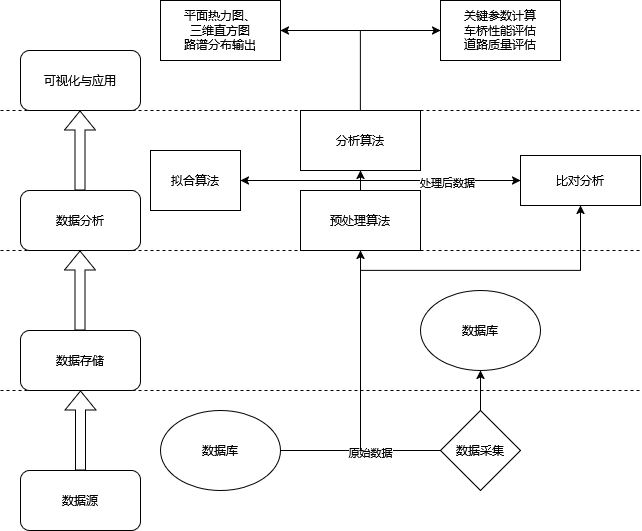
The draw.io diagram 未命名绘图.drawio.png in ProEngHeBD/DataAna-HTML, before a commit. Source tidied: cells renumbered, new cells last; positions are measured from the earlier drawing's top-left corner, leaving out a move shared by most shapes.
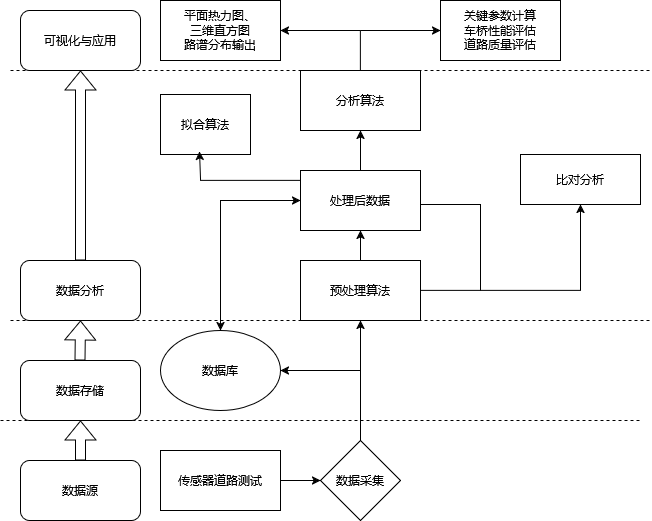
The same diagram one commit later.

Commit message:
更新未命名绘图.drawio.png

Change to the diagram source:
```diff
@@ -3,16 +3,10 @@
     <mxCell id="0" />
     <mxCell id="1" parent="0" />
     <mxCell id="2" value="比对分析" style="whiteSpace=wrap;html=1;rounded=0;shadow=0;comic=0;labelBackgroundColor=none;strokeWidth=1;fontFamily=Verdana;fontSize=12;align=center;" parent="1" vertex="1">
-      <mxGeometry x="520" y="155" width="120" height="50" as="geometry" />
+      <mxGeometry x="520" y="124" width="120" height="50" as="geometry" />
     </mxCell>
-    <mxCell id="3" style="edgeStyle=orthogonalEdgeStyle;rounded=0;jettySize=auto;html=1;exitX=0.5;exitY=0;exitDx=0;exitDy=0;entryX=0.5;entryY=1;entryDx=0;entryDy=0;" parent="1" edge="1" source="4" target="5">
-      <mxGeometry relative="1" as="geometry" />
-    </mxCell>
-    <mxCell id="4" value="预处理算法" style="rounded=0;whiteSpace=wrap;html=1;" parent="1" vertex="1">
-      <mxGeometry x="300" y="190" width="120" height="60" as="geometry" />
-    </mxCell>
     <mxCell id="5" value="分析算法" style="rounded=0;whiteSpace=wrap;html=1;" parent="1" vertex="1">
-      <mxGeometry x="300" y="110" width="120" height="60" as="geometry" />
+      <mxGeometry x="300" y="40" width="120" height="60" as="geometry" />
     </mxCell>
     <mxCell id="6" style="endArrow=none;dashed=1;html=1;rounded=0;" parent="1" edge="1">
       <mxGeometry relative="1" as="geometry">
@@ -20,120 +14,146 @@
         <mxPoint x="640" y="390" as="targetPoint" />
       </mxGeometry>
     </mxCell>
-    <mxCell id="7" value="数据库" style="ellipse;whiteSpace=wrap;html=1;" parent="1" vertex="1">
-      <mxGeometry x="160" y="410" width="120" height="80" as="geometry" />
-    </mxCell>
-    <mxCell id="8" style="edgeStyle=orthogonalEdgeStyle;rounded=0;jettySize=auto;html=1;exitX=0.5;exitY=0;exitDx=0;exitDy=0;entryX=0.5;entryY=1;entryDx=0;entryDy=0;" parent="1" edge="1" source="9" target="21">
-      <mxGeometry relative="1" as="geometry" />
-    </mxCell>
     <mxCell id="9" value="数据采集" style="rhombus;whiteSpace=wrap;html=1;" parent="1" vertex="1">
-      <mxGeometry x="440" y="410" width="80" height="80" as="geometry" />
+      <mxGeometry x="320" y="410" width="80" height="80" as="geometry" />
     </mxCell>
-    <mxCell id="10" style="endArrow=none;html=1;rounded=0;exitX=1;exitY=0.5;exitDx=0;exitDy=0;entryX=0;entryY=0.5;entryDx=0;entryDy=0;" parent="1" edge="1" source="7" target="9">
-      <mxGeometry relative="1" as="geometry">
-        <Array as="points">
-          <mxPoint x="360" y="450" />
-        </Array>
-      </mxGeometry>
-    </mxCell>
-    <mxCell id="11" value="原始数据" style="edgeLabel;html=1;align=center;verticalAlign=middle;" parent="10" vertex="1">
-      <mxGeometry x="0.11" y="-2" relative="1" as="geometry" />
-    </mxCell>
     <mxCell id="12" style="shape=flexArrow;endArrow=classic;html=1;rounded=0;" parent="1" edge="1">
       <mxGeometry relative="1" as="geometry">
-        <mxPoint x="80" y="470" as="sourcePoint" />
+        <mxPoint x="80" y="430" as="sourcePoint" />
         <mxPoint x="80" y="390" as="targetPoint" />
       </mxGeometry>
     </mxCell>
     <mxCell id="13" value="数据源" style="rounded=1;whiteSpace=wrap;html=1;" parent="1" vertex="1">
-      <mxGeometry x="20" y="470" width="120" height="60" as="geometry" />
+      <mxGeometry x="20" y="430" width="120" height="60" as="geometry" />
     </mxCell>
     <mxCell id="14" value="数据存储" style="rounded=1;whiteSpace=wrap;html=1;" parent="1" vertex="1">
       <mxGeometry x="20" y="330" width="120" height="60" as="geometry" />
     </mxCell>
     <mxCell id="15" value="数据分析" style="rounded=1;whiteSpace=wrap;html=1;" parent="1" vertex="1">
-      <mxGeometry x="20" y="190" width="120" height="60" as="geometry" />
+      <mxGeometry x="20" y="230" width="120" height="60" as="geometry" />
     </mxCell>
     <mxCell id="16" style="shape=flexArrow;endArrow=classic;html=1;rounded=0;" parent="1" edge="1">
       <mxGeometry relative="1" as="geometry">
         <mxPoint x="79.5" y="330" as="sourcePoint" />
-        <mxPoint x="79.5" y="250" as="targetPoint" />
+        <mxPoint x="80" y="290" as="targetPoint" />
       </mxGeometry>
     </mxCell>
     <mxCell id="17" style="endArrow=none;dashed=1;html=1;rounded=0;" parent="1" edge="1">
       <mxGeometry relative="1" as="geometry">
-        <mxPoint y="250" as="sourcePoint" />
-        <mxPoint x="640" y="250" as="targetPoint" />
+        <mxPoint x="10" y="290" as="sourcePoint" />
+        <mxPoint x="650" y="290" as="targetPoint" />
       </mxGeometry>
     </mxCell>
-    <mxCell id="18" style="shape=flexArrow;endArrow=classic;html=1;rounded=0;" parent="1" edge="1">
-      <mxGeometry relative="1" as="geometry">
-        <mxPoint x="79.5" y="190" as="sourcePoint" />
-        <mxPoint x="79.5" y="110" as="targetPoint" />
-      </mxGeometry>
+    <mxCell id="18" style="shape=flexArrow;endArrow=classic;html=1;rounded=0;entryX=0.5;entryY=1;entryDx=0;entryDy=0;exitX=0.5;exitY=0;exitDx=0;exitDy=0;" parent="1" edge="1" source="15" target="20">
+      <mxGeometry relative="1" as="geometry" />
     </mxCell>
     <mxCell id="19" style="endArrow=none;dashed=1;html=1;rounded=0;" parent="1" edge="1">
       <mxGeometry relative="1" as="geometry">
-        <mxPoint y="110" as="sourcePoint" />
-        <mxPoint x="640" y="110" as="targetPoint" />
+        <mxPoint x="10" y="40" as="sourcePoint" />
+        <mxPoint x="650" y="40" as="targetPoint" />
       </mxGeometry>
     </mxCell>
     <mxCell id="20" value="可视化与应用" style="rounded=1;whiteSpace=wrap;html=1;" parent="1" vertex="1">
-      <mxGeometry x="20" y="50" width="120" height="60" as="geometry" />
+      <mxGeometry x="20" y="-20" width="120" height="60" as="geometry" />
     </mxCell>
     <mxCell id="21" value="数据库" style="ellipse;whiteSpace=wrap;html=1;" parent="1" vertex="1">
-      <mxGeometry x="420" y="290" width="120" height="80" as="geometry" />
+      <mxGeometry x="160" y="300" width="120" height="80" as="geometry" />
     </mxCell>
-    <mxCell id="22" style="endArrow=classic;html=1;rounded=0;entryX=0.5;entryY=1;entryDx=0;entryDy=0;" parent="1" edge="1" target="4">
-      <mxGeometry relative="1" as="geometry">
-        <mxPoint x="360" y="450" as="sourcePoint" />
-      </mxGeometry>
-    </mxCell>
-    <mxCell id="23" style="endArrow=classic;html=1;rounded=0;entryX=0;entryY=0.5;entryDx=0;entryDy=0;" parent="1" edge="1" target="2">
-      <mxGeometry relative="1" as="geometry">
-        <mxPoint x="360" y="180" as="sourcePoint" />
-      </mxGeometry>
-    </mxCell>
-    <mxCell id="24" value="处理后数据" style="edgeLabel;html=1;align=center;verticalAlign=middle;points=[];" parent="23" vertex="1">
-      <mxGeometry x="0.07" y="-2" relative="1" as="geometry" />
-    </mxCell>
-    <mxCell id="25" style="endArrow=classic;html=1;rounded=0;entryX=0.5;entryY=1;entryDx=0;entryDy=0;" parent="1" edge="1" target="2">
+    <mxCell id="25" style="endArrow=classic;html=1;rounded=0;entryX=0.5;entryY=1;entryDx=0;entryDy=0;" parent="1" edge="1" source="4" target="2">
       <mxGeometry relative="1" as="geometry">
-        <mxPoint x="360" y="270" as="sourcePoint" />
         <Array as="points">
-          <mxPoint x="580" y="270" />
+          <mxPoint x="580" y="260" />
         </Array>
       </mxGeometry>
     </mxCell>
-    <mxCell id="26" style="endArrow=classic;html=1;rounded=0;" parent="1" edge="1">
-      <mxGeometry relative="1" as="geometry">
-        <mxPoint x="360" y="180" as="sourcePoint" />
-        <mxPoint x="240" y="180" as="targetPoint" />
-      </mxGeometry>
-    </mxCell>
     <mxCell id="27" value="拟合算法" style="rounded=0;whiteSpace=wrap;html=1;" parent="1" vertex="1">
-      <mxGeometry x="150" y="150" width="90" height="60" as="geometry" />
+      <mxGeometry x="160" y="64" width="90" height="60" as="geometry" />
     </mxCell>
-    <mxCell id="28" style="endArrow=classic;html=1;rounded=0;" parent="1" edge="1">
+    <mxCell id="28" style="endArrow=classic;html=1;rounded=0;exitX=0.5;exitY=0;exitDx=0;exitDy=0;" parent="1" edge="1">
       <mxGeometry relative="1" as="geometry">
-        <mxPoint x="360" y="110" as="sourcePoint" />
-        <mxPoint x="280" y="30" as="targetPoint" />
+        <mxPoint x="360" y="40" as="sourcePoint" />
+        <mxPoint x="280" as="targetPoint" />
         <Array as="points">
-          <mxPoint x="360" y="30" />
+          <mxPoint x="360" />
         </Array>
       </mxGeometry>
     </mxCell>
     <mxCell id="29" style="endArrow=classic;html=1;rounded=0;" parent="1" edge="1">
       <mxGeometry relative="1" as="geometry">
-        <mxPoint x="360" y="30" as="sourcePoint" />
-        <mxPoint x="440" y="30" as="targetPoint" />
+        <mxPoint x="360" as="sourcePoint" />
+        <mxPoint x="440" as="targetPoint" />
       </mxGeometry>
     </mxCell>
     <mxCell id="30" value="&lt;div&gt;平面热力图、&lt;/div&gt;&lt;div&gt;三维直方图&lt;/div&gt;&lt;div&gt;路谱分布输出&lt;/div&gt;" style="rounded=0;whiteSpace=wrap;html=1;" parent="1" vertex="1">
-      <mxGeometry x="160" width="120" height="60" as="geometry" />
+      <mxGeometry x="160" y="-30" width="120" height="60" as="geometry" />
     </mxCell>
     <mxCell id="31" value="&lt;div&gt;关键参数计算&lt;/div&gt;&lt;div&gt;车桥性能评估&lt;/div&gt;&lt;div&gt;道路质量评估&lt;/div&gt;" style="rounded=0;whiteSpace=wrap;html=1;" parent="1" vertex="1">
-      <mxGeometry x="440" width="120" height="60" as="geometry" />
+      <mxGeometry x="440" y="-30" width="120" height="60" as="geometry" />
     </mxCell>
+    <mxCell id="32" style="endArrow=classic;html=1;rounded=0;entryX=0.5;entryY=1;entryDx=0;entryDy=0;" parent="1" edge="1" target="4">
+      <mxGeometry relative="1" as="geometry">
+        <mxPoint x="360" y="270" as="sourcePoint" />
+      </mxGeometry>
+    </mxCell>
+    <mxCell id="4" value="预处理算法" style="rounded=0;whiteSpace=wrap;html=1;" parent="1" vertex="1">
+      <mxGeometry x="300" y="230" width="120" height="60" as="geometry" />
+    </mxCell>
+    <mxCell id="33" value="传感器道路测试" style="rounded=0;whiteSpace=wrap;html=1;" parent="1" vertex="1">
+      <mxGeometry x="160" y="420" width="120" height="60" as="geometry" />
+    </mxCell>
+    <mxCell id="34" style="endArrow=classic;html=1;rounded=0;entryX=0;entryY=0.5;entryDx=0;entryDy=0;" parent="1" edge="1" target="9">
+      <mxGeometry relative="1" as="geometry">
+        <mxPoint x="280" y="450" as="sourcePoint" />
+      </mxGeometry>
+    </mxCell>
+    <mxCell id="24" value="处理后数据" style="rounded=0;whiteSpace=wrap;html=1;" parent="1" vertex="1">
+      <mxGeometry x="300" y="140" width="120" height="60" as="geometry" />
+    </mxCell>
+    <mxCell id="35" style="endArrow=classic;html=1;rounded=0;" parent="1" edge="1">
+      <mxGeometry relative="1" as="geometry">
+        <mxPoint x="360" y="410" as="sourcePoint" />
+        <mxPoint x="360" y="290" as="targetPoint" />
+      </mxGeometry>
+    </mxCell>
+    <mxCell id="36" style="endArrow=classic;html=1;rounded=0;entryX=1;entryY=0.5;entryDx=0;entryDy=0;" parent="1" edge="1" target="21">
+      <mxGeometry relative="1" as="geometry">
+        <mxPoint x="360" y="340" as="sourcePoint" />
+      </mxGeometry>
+    </mxCell>
+    <mxCell id="37" style="endArrow=none;html=1;rounded=0;" parent="1" edge="1">
+      <mxGeometry relative="1" as="geometry">
+        <mxPoint x="420" y="174" as="sourcePoint" />
+        <mxPoint x="480" y="260" as="targetPoint" />
+        <Array as="points">
+          <mxPoint x="480" y="174" />
+        </Array>
+      </mxGeometry>
+    </mxCell>
+    <mxCell id="38" style="endArrow=classic;html=1;rounded=0;entryX=0.5;entryY=1;entryDx=0;entryDy=0;" parent="1" edge="1" target="24">
+      <mxGeometry relative="1" as="geometry">
+        <mxPoint x="360" y="230" as="sourcePoint" />
+      </mxGeometry>
+    </mxCell>
+    <mxCell id="39" style="endArrow=classic;html=1;rounded=0;entryX=0.433;entryY=0.95;entryDx=0;entryDy=0;entryPerimeter=0;" parent="1" edge="1" target="27">
+      <mxGeometry relative="1" as="geometry">
+        <mxPoint x="300" y="150" as="sourcePoint" />
+        <Array as="points">
+          <mxPoint x="200" y="150" />
+        </Array>
+      </mxGeometry>
+    </mxCell>
+    <mxCell id="40" style="endArrow=classic;startArrow=classic;html=1;rounded=0;exitX=0.5;exitY=0;exitDx=0;exitDy=0;" parent="1" edge="1" source="21">
+      <mxGeometry relative="1" as="geometry">
+        <mxPoint x="300" y="170" as="targetPoint" />
+        <Array as="points">
+          <mxPoint x="220" y="170" />
+        </Array>
+      </mxGeometry>
+    </mxCell>
+    <mxCell id="41" style="endArrow=classic;html=1;rounded=0;entryX=0.5;entryY=1;entryDx=0;entryDy=0;" parent="1" edge="1" target="5">
+      <mxGeometry relative="1" as="geometry">
+        <mxPoint x="360" y="140" as="sourcePoint" />
+      </mxGeometry>
+    </mxCell>
   </root>
 </mxGraphModel>
```
